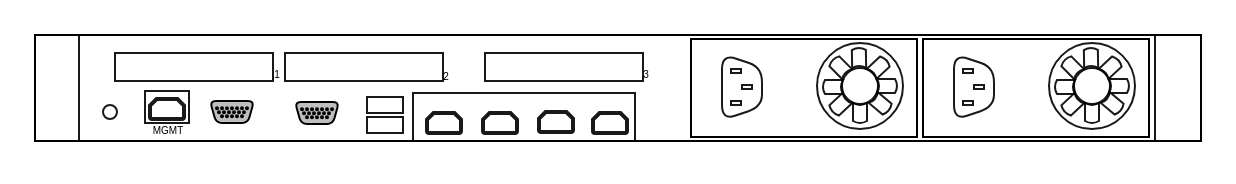
Before: Homelab.drawio in IronTooch/3dDrawings, a draw.io diagram. Source tidied: cells renumbered, new cells numbered last; positions are measured from the earlier drawing's top-left corner, leaving out a move shared by most shapes. Both pictures are drawn from the tidied source at 200%, with x=0, y=0 at pixel (34, 34).
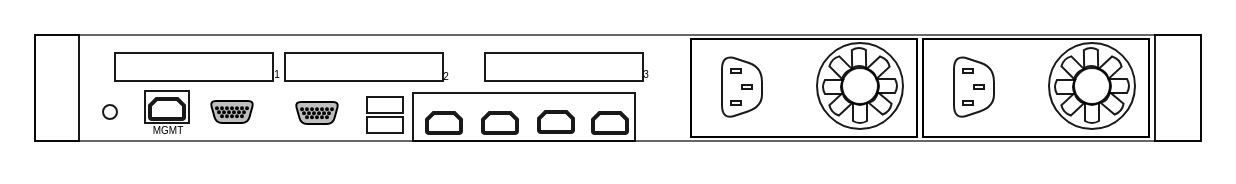
The same diagram, later.

The edit, as a diff of the source:
```diff
@@
-    <mxCell id="2" style="rounded=0;whiteSpace=wrap;html=1;fillColor=none;strokeColor=#000000;fontColor=#333333;" parent="1" vertex="1">
+    <mxCell id="2" style="rounded=0;whiteSpace=wrap;html=1;fillColor=none;strokeColor=#666666;fontColor=#333333;" parent="1" vertex="1">
       <mxGeometry width="583" height="53" as="geometry" />
     </mxCell>
```
